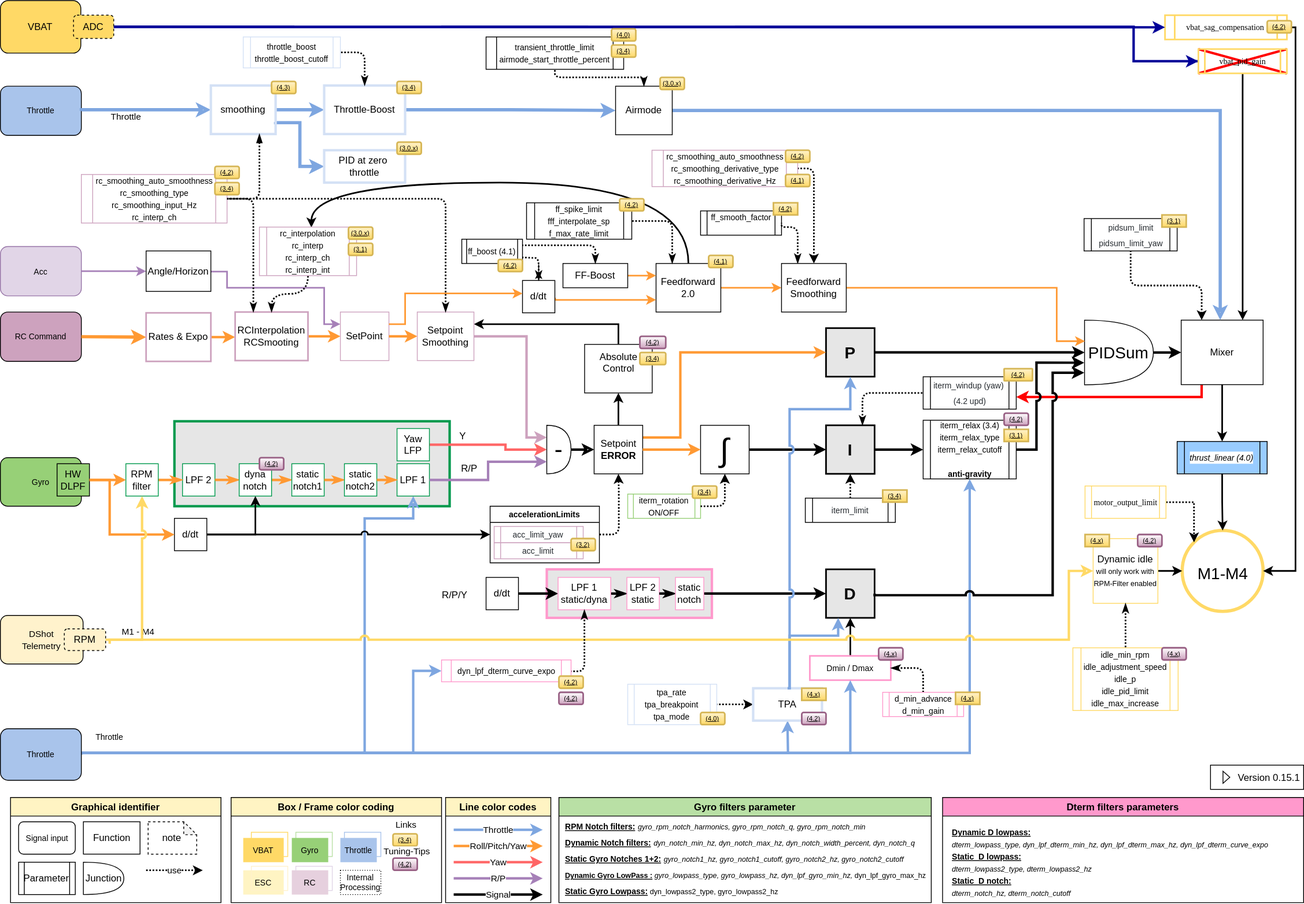
This is bf-4.3_processing-workflow.drawio.svg from mrRobot62/betaflight_processing, a draw.io export, as it was before one commit. Source tidied: cells renumbered, new cells last; positions are measured from the earlier drawing's top-left corner, leaving out a move shared by most shapes.
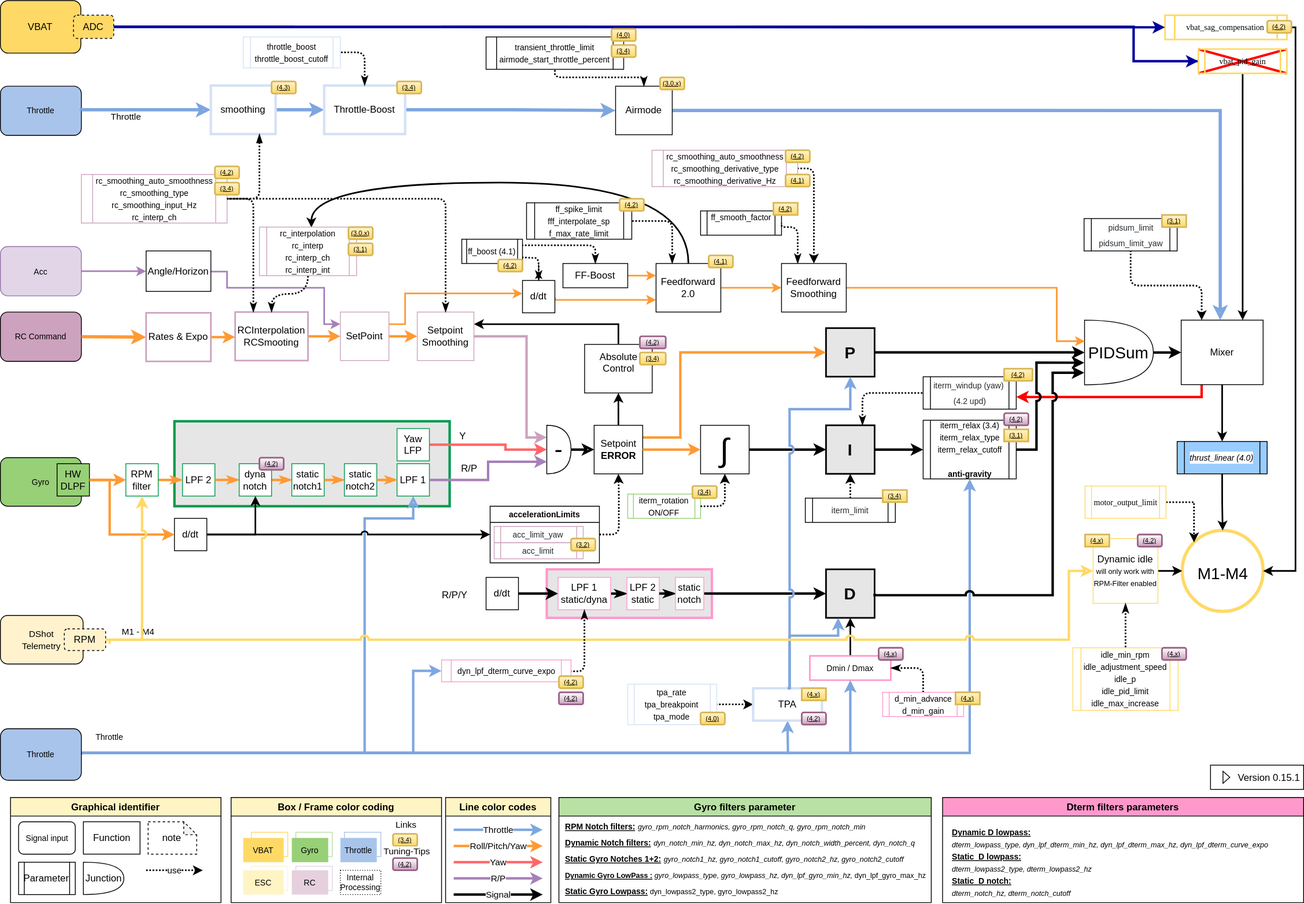
The same diagram one commit later.

What changed in the source:
```diff
@@ -481,15 +481,6 @@
     <mxCell id="123" style="edgeStyle=orthogonalEdgeStyle;rounded=0;jettySize=auto;html=1;entryX=0;entryY=0.5;entryDx=0;entryDy=0;endArrow=classic;strokeColor=#7EA6E0;strokeWidth=4;fontSize=10;exitX=1;exitY=0.5;exitDx=0;exitDy=0;fontColor=#7EA6E0;" parent="54" edge="1" source="126" target="136">
       <mxGeometry relative="1" as="geometry" />
     </mxCell>
-    <mxCell id="124" style="edgeStyle=orthogonalEdgeStyle;rounded=0;jettySize=auto;html=1;endArrow=classic;strokeColor=#7EA6E0;strokeWidth=4;fontSize=10;entryX=0;entryY=0.5;entryDx=0;entryDy=0;fontColor=#7EA6E0;exitX=1;exitY=0.75;exitDx=0;exitDy=0;" parent="54" edge="1" source="126" target="127">
-      <mxGeometry relative="1" as="geometry">
-        <Array as="points">
-          <mxPoint x="340" y="151" />
-          <mxPoint x="370" y="151" />
-          <mxPoint x="370" y="205" />
-        </Array>
-      </mxGeometry>
-    </mxCell>
     <mxCell id="125" style="edgeStyle=orthogonalEdgeStyle;rounded=0;orthogonalLoop=1;jettySize=auto;html=1;endArrow=classic;endFill=0;strokeColor=#7EA6E0;strokeWidth=4;fontSize=12;exitX=1;exitY=0.5;exitDx=0;exitDy=0;startArrow=none;entryX=0.5;entryY=0;entryDx=0;entryDy=0;" parent="54" edge="1">
       <mxGeometry relative="1" as="geometry">
         <mxPoint x="827" y="135.9" as="sourcePoint" />
@@ -503,9 +494,6 @@
     <mxCell id="126" value="smoothing" style="whiteSpace=wrap;html=1;fontSize=12;fillColor=none;strokeWidth=3;strokeColor=#D4E1F5;" parent="54" vertex="1">
       <mxGeometry x="260" y="105" width="80" height="60" as="geometry" />
     </mxCell>
-    <mxCell id="127" value="PID at zero&amp;nbsp;&lt;br&gt;throttle" style="whiteSpace=wrap;html=1;fontSize=12;fillColor=none;strokeColor=#D4E1F5;strokeWidth=3;" parent="54" vertex="1">
-      <mxGeometry x="400" y="185" width="100" height="40" as="geometry" />
-    </mxCell>
     <mxCell id="128" style="edgeStyle=orthogonalEdgeStyle;rounded=0;jettySize=auto;html=1;endArrow=classic;endFill=1;strokeWidth=3;fontSize=12;exitX=1;exitY=0.5;exitDx=0;exitDy=0;strokeColor=#7EA6E0;entryX=0;entryY=0.5;entryDx=0;entryDy=0;" parent="54" edge="1" source="172" target="200">
       <mxGeometry relative="1" as="geometry">
         <Array as="points">
@@ -720,8 +708,11 @@
     <mxCell id="179" value="d/dt" style="whiteSpace=wrap;html=1;fillColor=#FFFFFF;fontSize=12;strokeColor=#000000;" parent="54" vertex="1">
       <mxGeometry x="600" y="713" width="40" height="40" as="geometry" />
     </mxCell>
-    <mxCell id="180" style="edgeStyle=orthogonalEdgeStyle;shape=connector;rounded=1;orthogonalLoop=1;jettySize=auto;html=1;exitX=0.5;exitY=1;exitDx=0;exitDy=0;dashed=1;dashPattern=1 1;labelBackgroundColor=default;fontFamily=Helvetica;fontSize=20;fontColor=default;startArrow=classic;startFill=1;endArrow=none;endFill=0;strokeColor=#000000;strokeWidth=2;" parent="54" edge="1" source="127" target="127">
-      <mxGeometry relative="1" as="geometry" />
+    <mxCell id="180" style="edgeStyle=orthogonalEdgeStyle;shape=connector;rounded=1;orthogonalLoop=1;jettySize=auto;html=1;exitX=0.5;exitY=1;exitDx=0;exitDy=0;dashed=1;dashPattern=1 1;labelBackgroundColor=default;fontFamily=Helvetica;fontSize=20;fontColor=default;startArrow=classic;startFill=1;endArrow=none;endFill=0;strokeColor=#000000;strokeWidth=2;" parent="54" edge="1">
+      <mxGeometry relative="1" as="geometry">
+        <mxPoint x="450" y="225" as="sourcePoint" />
+        <mxPoint x="450" y="225" as="targetPoint" />
+      </mxGeometry>
     </mxCell>
     <mxCell id="181" value="R/P/Y" style="edgeLabel;html=1;align=center;verticalAlign=middle;fontSize=12;labelBackgroundColor=default;" parent="54" vertex="1">
       <mxGeometry x="570" y="713" as="geometry">
@@ -958,9 +949,6 @@
     <mxCell id="232" style="edgeStyle=orthogonalEdgeStyle;rounded=1;orthogonalLoop=1;jettySize=auto;html=1;entryX=0.5;entryY=1;entryDx=0;entryDy=0;dashed=1;dashPattern=1 1;strokeWidth=2;" parent="227" edge="1">
       <mxGeometry relative="1" as="geometry" />
     </mxCell>
-    <mxCell id="233" value="(3.0.x)" style="fontStyle=4;rounded=1;overflow=hidden;spacing=10;fontSize=8;fillColor=#fff2cc;strokeColor=#d6b656;gradientColor=#ffd966;strokeWidth=2;" parent="227" vertex="1">
-      <mxGeometry x="490" y="175" width="30" height="15" as="geometry" />
-    </mxCell>
     <mxCell id="234" value="(3.4)" style="fontStyle=4;rounded=1;overflow=hidden;spacing=10;fontSize=8;fillColor=#fff2cc;strokeColor=#d6b656;gradientColor=#ffd966;strokeWidth=2;" parent="227" vertex="1">
       <mxGeometry x="490" y="100" width="30" height="15" as="geometry" />
     </mxCell>
```
